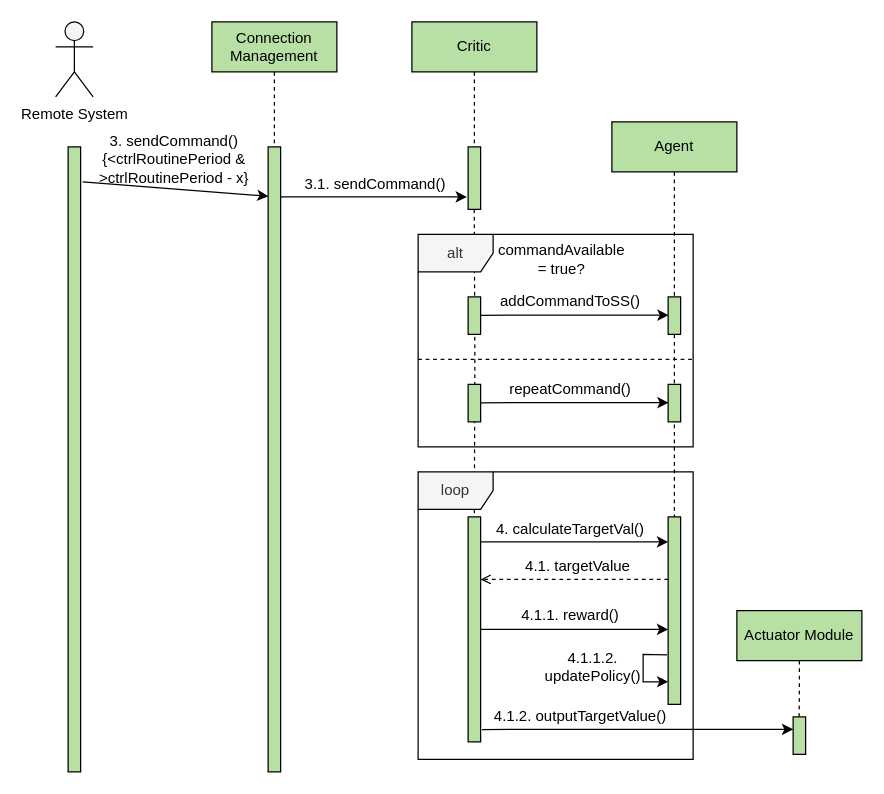
This is page "2" (2 of 2) of 2. Analysis/5. System Analysis/Local/Sequence/sequence_diagram_local.drawio from esrg-silent-howl/zephyrus, a draw.io file, before an edit. Source tidied: cells renumbered, new cells numbered last; positions are measured from the earlier drawing's top-left corner, leaving out a move shared by most shapes. Both pictures are drawn from the tidied source at 125%, with x=0, y=0 at pixel (55, 21).
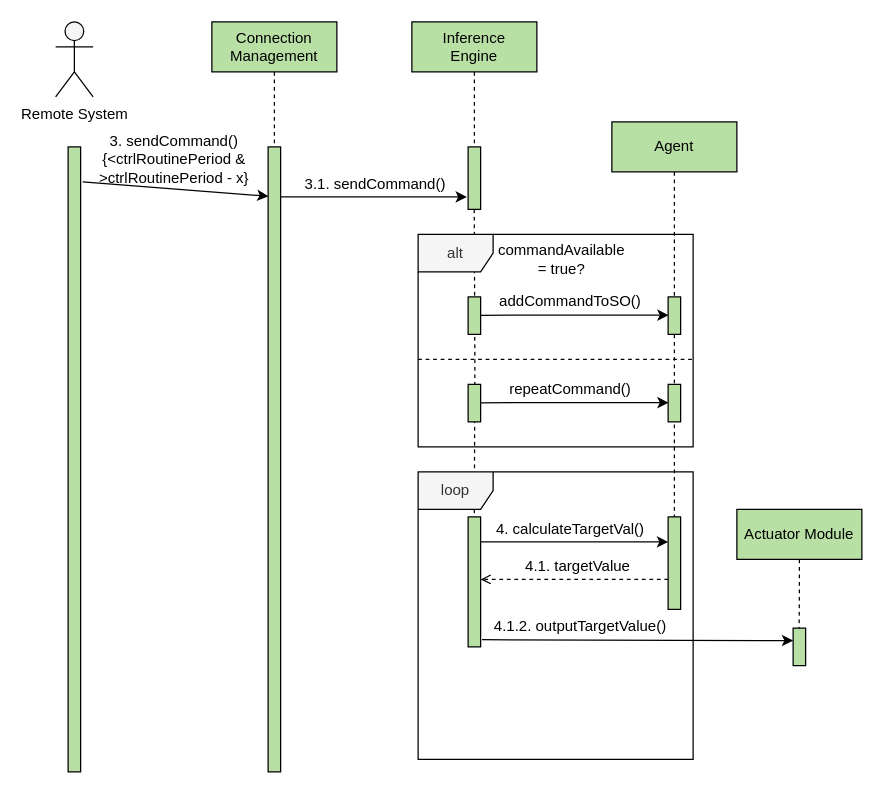
Above is the later version.

Commit message (it also covers changes not shown here):
FIX: Solved functional problems related to the RL model in the tables and diagrams

Diff of the diagram source:
```diff
@@
     <mxCell id="6" style="points=[];perimeter=orthogonalPerimeter;rounded=0;shadow=0;strokeWidth=1;fillColor=#B8DFA4;" parent="1" vertex="1">
-      <mxGeometry x="490" y="396" width="10" height="150" as="geometry" />
+      <mxGeometry x="490" y="396" width="10" height="74" as="geometry" />
     </mxCell>
@@
-    <mxCell id="15" value="Critic" style="rounded=0;whiteSpace=wrap;html=1;fillColor=#B8DFA4;" parent="1" vertex="1">
+    <mxCell id="15" value="Inference &lt;br&gt;Engine" style="rounded=0;whiteSpace=wrap;html=1;fillColor=#B8DFA4;" parent="1" vertex="1">
       <mxGeometry x="285" width="100" height="40" as="geometry" />
     </mxCell>
@@
     <mxCell id="20" style="points=[];perimeter=orthogonalPerimeter;rounded=0;shadow=0;strokeWidth=1;fillColor=#B8DFA4;" parent="1" vertex="1">
-      <mxGeometry x="330" y="396" width="10" height="180" as="geometry" />
+      <mxGeometry x="330" y="396" width="10" height="104" as="geometry" />
     </mxCell>
@@
-    <mxCell id="29" value="addCommandToSS()" style="text;html=1;strokeColor=none;fillColor=none;align=center;verticalAlign=middle;whiteSpace=wrap;rounded=0;" parent="1" vertex="1">
+    <mxCell id="29" value="addCommandToSO()" style="text;html=1;strokeColor=none;fillColor=none;align=center;verticalAlign=middle;whiteSpace=wrap;rounded=0;" parent="1" vertex="1">
       <mxGeometry x="342" y="214" width="140" height="20" as="geometry" />
     </mxCell>
@@
-    <mxCell id="36" style="endArrow=classic;html=1;" parent="1" edge="1">
-      <mxGeometry relative="1" as="geometry">
-        <mxPoint x="340" y="486" as="sourcePoint" />
-        <mxPoint x="490" y="486" as="targetPoint" />
-      </mxGeometry>
-    </mxCell>
-    <mxCell id="37" value="4.1.1. reward()" style="text;html=1;strokeColor=none;fillColor=none;align=center;verticalAlign=middle;whiteSpace=wrap;rounded=0;" parent="1" vertex="1">
-      <mxGeometry x="347" y="465" width="130" height="20" as="geometry" />
-    </mxCell>
@@
     <mxCell id="39" value="Actuator Module" style="rounded=0;whiteSpace=wrap;html=1;fillColor=#B8DFA4;" parent="1" vertex="1">
-      <mxGeometry x="545" y="471" width="100" height="40" as="geometry" />
+      <mxGeometry x="545" y="390" width="100" height="40" as="geometry" />
     </mxCell>
     <mxCell id="40" value="4.1.2. outputTargetValue()" style="text;html=1;strokeColor=none;fillColor=none;align=center;verticalAlign=middle;whiteSpace=wrap;rounded=0;" parent="1" vertex="1">
-      <mxGeometry x="350" y="546" width="140" height="20" as="geometry" />
+      <mxGeometry x="350" y="474" width="140" height="20" as="geometry" />
     </mxCell>
     <mxCell id="41" style="points=[];perimeter=orthogonalPerimeter;rounded=0;shadow=0;strokeWidth=1;fillColor=#B8DFA4;" parent="1" vertex="1">
-      <mxGeometry x="590" y="556" width="10" height="30" as="geometry" />
+      <mxGeometry x="590" y="485" width="10" height="30" as="geometry" />
     </mxCell>
-    <mxCell id="42" style="endArrow=classic;html=1;exitX=-0.082;exitY=0.736;exitDx=0;exitDy=0;exitPerimeter=0;entryX=0.009;entryY=0.879;entryDx=0;entryDy=0;entryPerimeter=0;rounded=0;" parent="1" edge="1" source="6" target="6">
-      <mxGeometry relative="1" as="geometry">
-        <Array as="points">
-          <mxPoint x="470" y="506" />
-          <mxPoint x="470" y="528" />
-        </Array>
-      </mxGeometry>
-    </mxCell>
-    <mxCell id="43" value="4.1.1.2. updatePolicy()" style="text;html=1;strokeColor=none;fillColor=none;align=center;verticalAlign=middle;whiteSpace=wrap;rounded=0;" parent="1" vertex="1">
-      <mxGeometry x="380" y="506" width="100" height="20" as="geometry" />
-    </mxCell>
```
